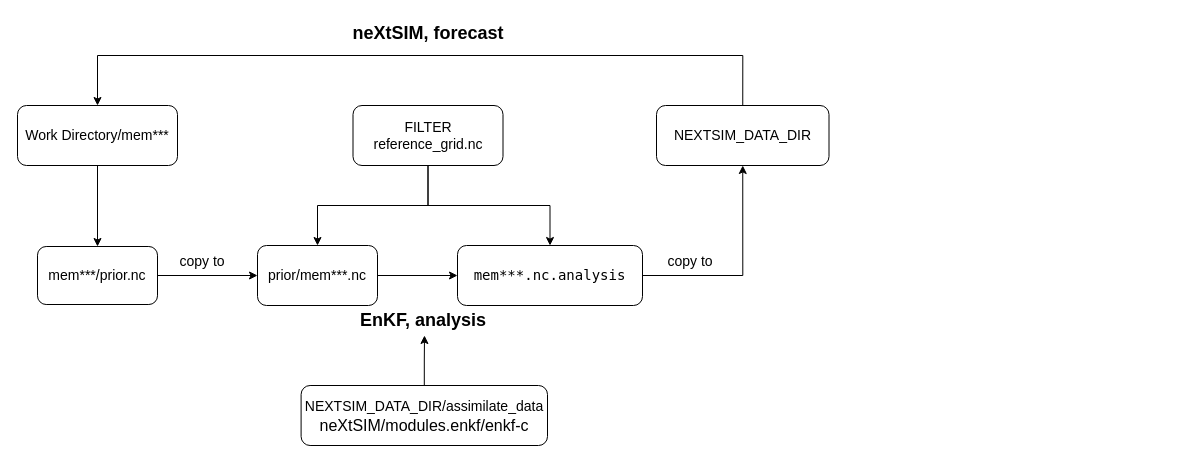
Earlier version of the draw.io diagram page "Page-2" (2 of 2) of wind_perturbation.drawio (sukuncheng/job_submit_panel). Source tidied: cells renumbered, new cells numbered last; positions are measured from the earlier drawing's top-left corner, leaving out a move shared by most shapes. Both pictures are drawn from the tidied source at 100%, with x=0, y=0 at pixel (17, 18).
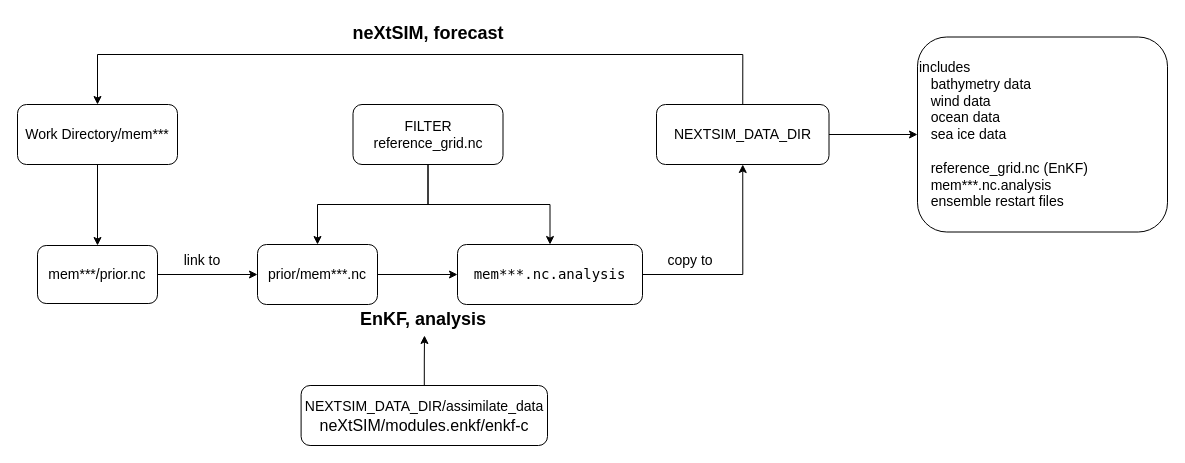
Above is the later version.

Unchanged cells that the change refers to:
```xml
<mxCell id="8" value="NEXTSIM_DATA_DIR" style="rounded=1;whiteSpace=wrap;html=1;fontSize=14;" parent="2" vertex="1">
  <mxGeometry x="639" y="87" width="172.5" height="60" as="geometry" />
</mxCell>
```

The edit, as a diff of the source:
```diff
@@
     <mxCell id="2" style="group;" parent="1" vertex="1">
-      <mxGeometry width="811.5" height="312" as="geometry" />
+      <mxGeometry y="-1" width="1150" height="312" as="geometry" />
     </mxCell>
@@
+    <mxCell id="22" style="edgeStyle=orthogonalEdgeStyle;rounded=0;jettySize=auto;html=1;" parent="2" edge="1" source="8" target="23">
+      <mxGeometry relative="1" as="geometry" />
+    </mxCell>
@@
+    <mxCell id="23" value="includes&lt;br&gt;&amp;nbsp; &amp;nbsp;bathymetry data&lt;br&gt;&amp;nbsp; &amp;nbsp;wind data&lt;br&gt;&amp;nbsp; &amp;nbsp;ocean data&lt;br&gt;&amp;nbsp; &amp;nbsp;sea ice data&lt;br&gt;&lt;br&gt;&amp;nbsp; &amp;nbsp;reference_grid.nc (EnKF)&lt;br&gt;&amp;nbsp; &amp;nbsp;mem***.nc.analysis&lt;br&gt;&amp;nbsp; &amp;nbsp;ensemble restart files&amp;nbsp; &amp;nbsp;" style="rounded=1;whiteSpace=wrap;html=1;fontSize=14;align=left;" parent="2" vertex="1">
+      <mxGeometry x="900" y="19.5" width="250" height="195" as="geometry" />
+    </mxCell>
@@
-    <mxCell id="18" value="copy to" style="text;html=1;strokeColor=none;fillColor=none;align=center;verticalAlign=middle;whiteSpace=wrap;rounded=0;fontSize=14;" parent="2" vertex="1">
+    <mxCell id="18" value="link to" style="text;html=1;strokeColor=none;fillColor=none;align=center;verticalAlign=middle;whiteSpace=wrap;rounded=0;fontSize=14;" parent="2" vertex="1">
       <mxGeometry x="150" y="229" width="70" height="28" as="geometry" />
     </mxCell>
```
